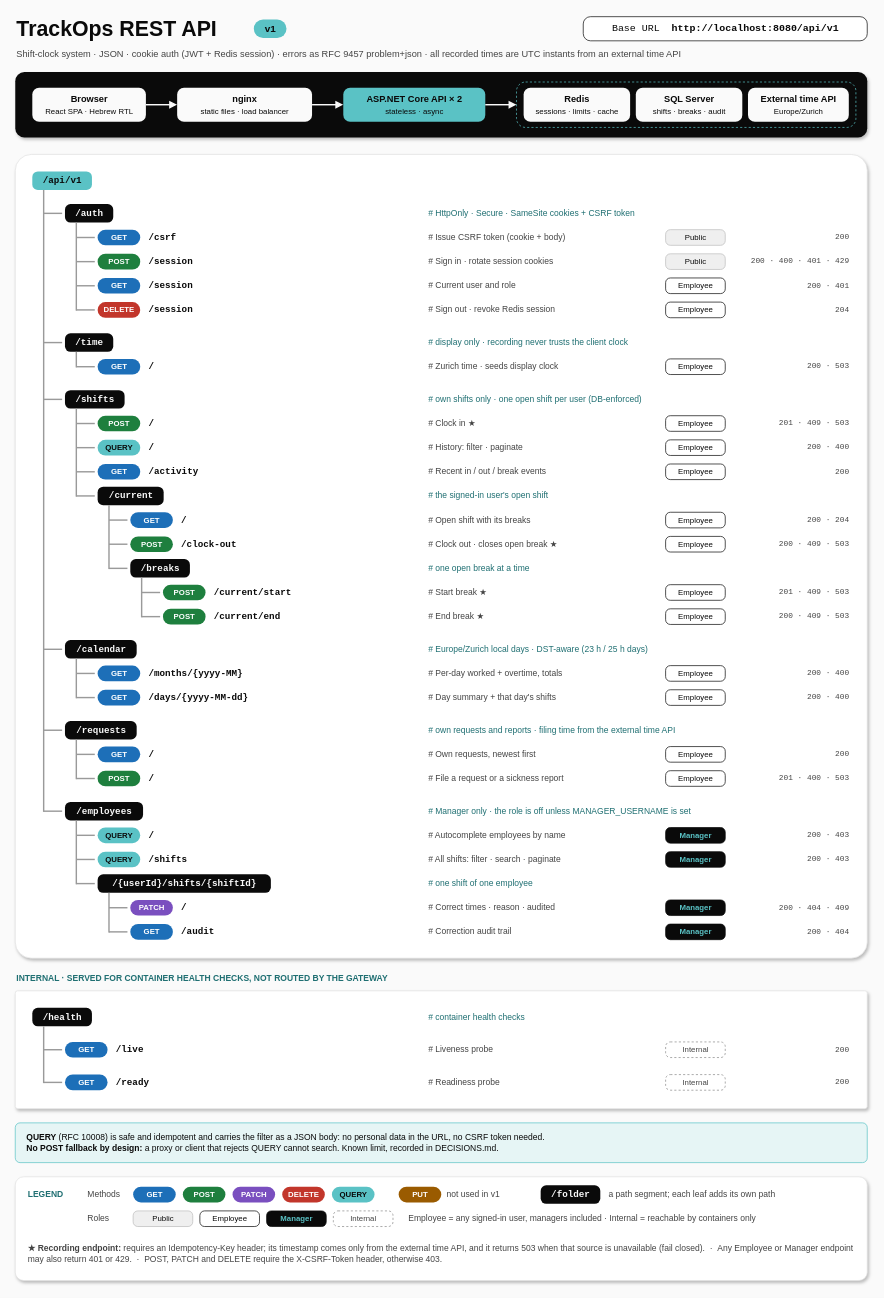
Above: page "API map" (1 of 2) of docs/api/rest-api.drawio in JusticeIL/TrackOps (draw.io), before the change. Source tidied: cells renumbered, new cells numbered last; positions are measured from the earlier drawing's top-left corner, leaving out a move shared by most shapes. Both pictures are drawn from the tidied source at 71%, with x=0, y=0 at pixel (15, 12).
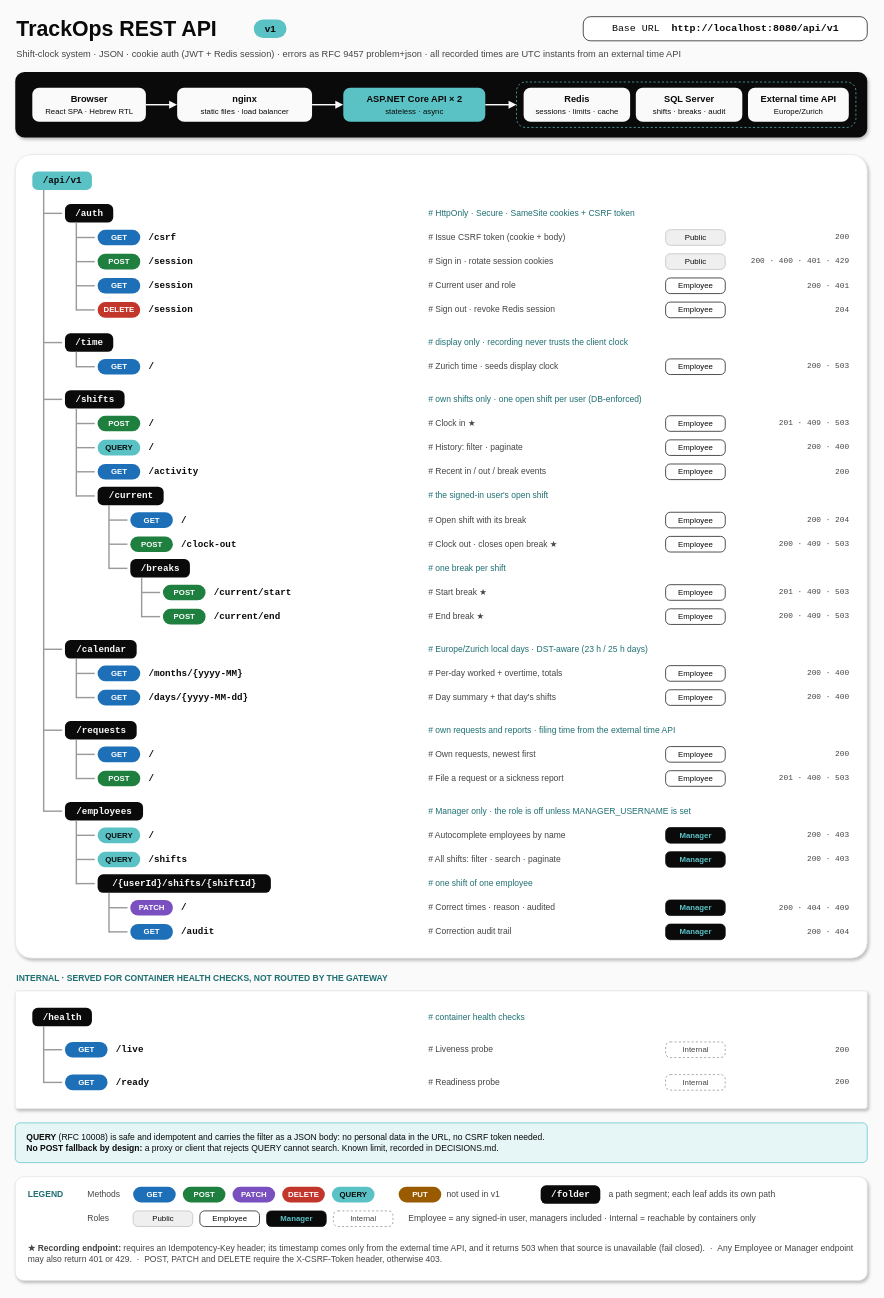
Above is the later version.

What changed in the source:
```diff
@@
-    <mxCell id="81" value="# Open shift with its breaks" style="text;html=1;verticalAlign=middle;align=left;fontSize=12;fontColor=#444444;" parent="1" vertex="1">
+    <mxCell id="81" value="# Open shift with its break" style="text;html=1;verticalAlign=middle;align=left;fontSize=12;fontColor=#444444;" parent="1" vertex="1">
       <mxGeometry x="580" y="698" width="326" height="34" as="geometry" />
     </mxCell>
@@
-    <mxCell id="92" value="# one open break at a time" style="text;html=1;verticalAlign=middle;align=left;fontSize=12;fontColor=#1F6F72;" parent="1" vertex="1">
+    <mxCell id="92" value="# one break per shift" style="text;html=1;verticalAlign=middle;align=left;fontSize=12;fontColor=#1F6F72;" parent="1" vertex="1">
       <mxGeometry x="580" y="766" width="596" height="34" as="geometry" />
     </mxCell>
```
